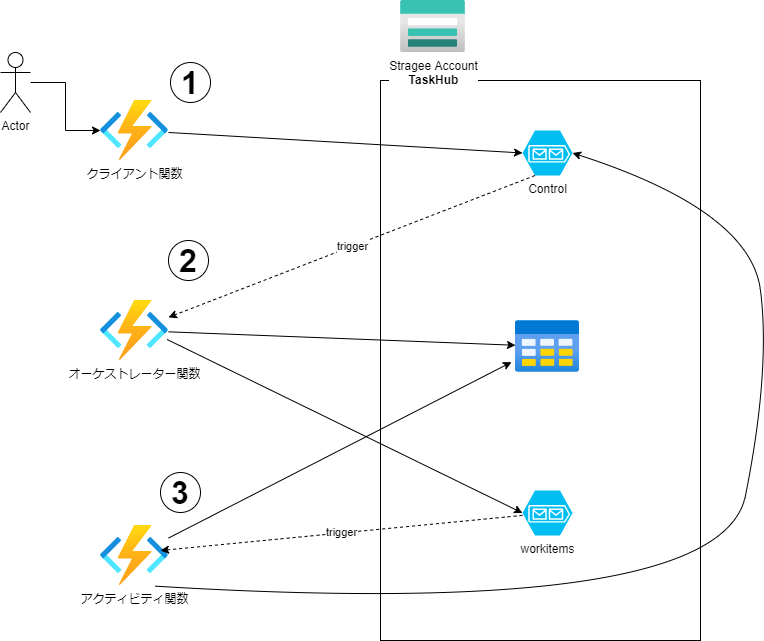
The draw.io diagram Training2_TaskHub/DurableFunctions_TaskHub.png in APCt-okuyama/az-func-learn, before a commit. Source tidied: cells renumbered, new cells last; positions are measured from the earlier drawing's top-left corner, leaving out a move shared by most shapes.
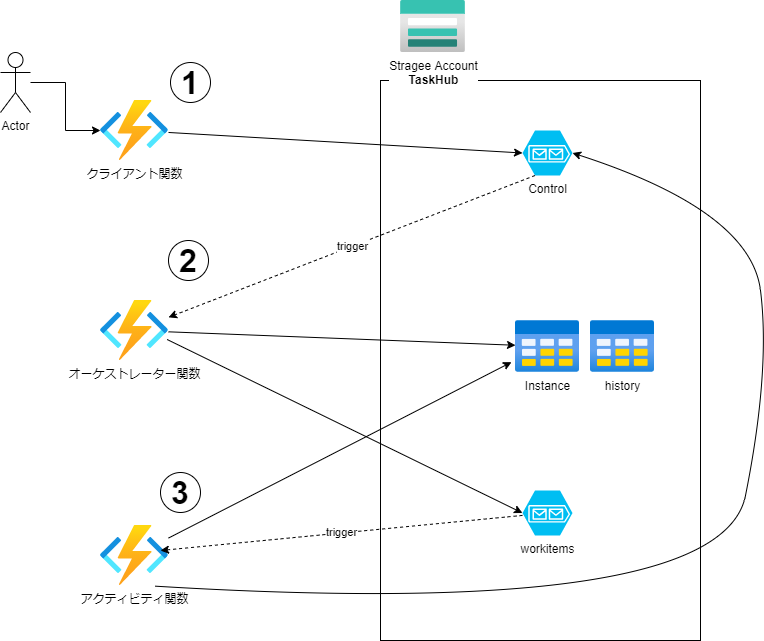
The same diagram one commit later.

Diff of the diagram source:
```diff
@@ -23,7 +23,7 @@
     <mxCell id="8" value="workitems" style="verticalLabelPosition=bottom;html=1;verticalAlign=top;align=center;strokeColor=none;fillColor=#00BEF2;shape=mxgraph.azure.storage_queue;" parent="1" vertex="1">
       <mxGeometry x="522" y="490" width="50" height="45" as="geometry" />
     </mxCell>
-    <mxCell id="9" style="html=1;points=[];align=center;image;fontSize=12;image=img/lib/azure2/general/Table.svg;" parent="1" vertex="1">
+    <mxCell id="9" value="Instance" style="html=1;points=[];align=center;image;fontSize=12;image=img/lib/azure2/general/Table.svg;" parent="1" vertex="1">
       <mxGeometry x="515" y="320" width="64" height="52" as="geometry" />
     </mxCell>
     <mxCell id="10" value="trigger" style="endArrow=classic;html=1;exitX=0.25;exitY=1;exitDx=0;exitDy=0;exitPerimeter=0;dashed=1;" parent="1" edge="1" source="7" target="5">
@@ -70,5 +70,8 @@
     <mxCell id="21" value="&lt;font style=&quot;font-size: 32px&quot;&gt;&lt;b&gt;3&lt;/b&gt;&lt;/font&gt;" style="ellipse;whiteSpace=wrap;html=1;" parent="1" vertex="1">
       <mxGeometry x="160" y="472" width="40" height="40" as="geometry" />
     </mxCell>
+    <mxCell id="22" value="history" style="html=1;align=center;image;fontSize=12;image=img/lib/azure2/general/Table.svg;" parent="1" vertex="1">
+      <mxGeometry x="590" y="320" width="64" height="52" as="geometry" />
+    </mxCell>
   </root>
 </mxGraphModel>
```
